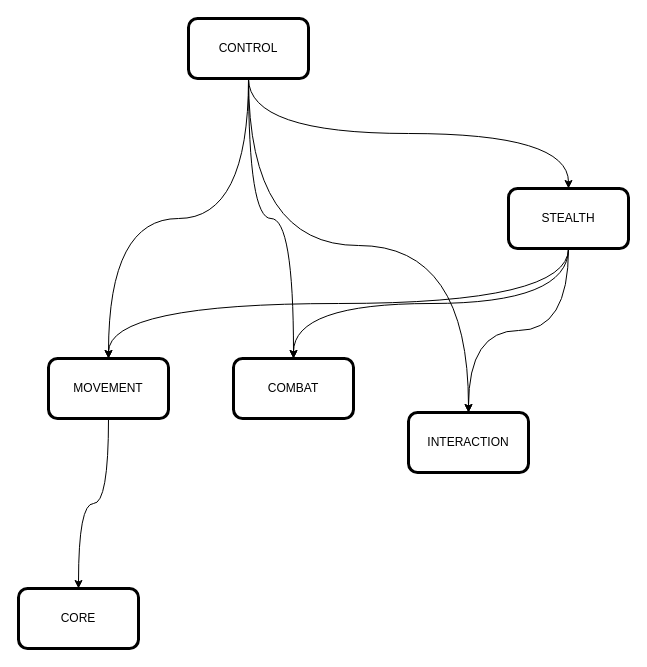
This is _Docs/Architecture.drawio from rafaelmmedeiros/Mount-Mortem-Mystery, a draw.io file, before an edit. Source tidied: cells renumbered, new cells numbered last; positions are measured from the earlier drawing's top-left corner, leaving out a move shared by most shapes. Both pictures are drawn from the tidied source at 100%, with x=0, y=0 at pixel (18, 18).
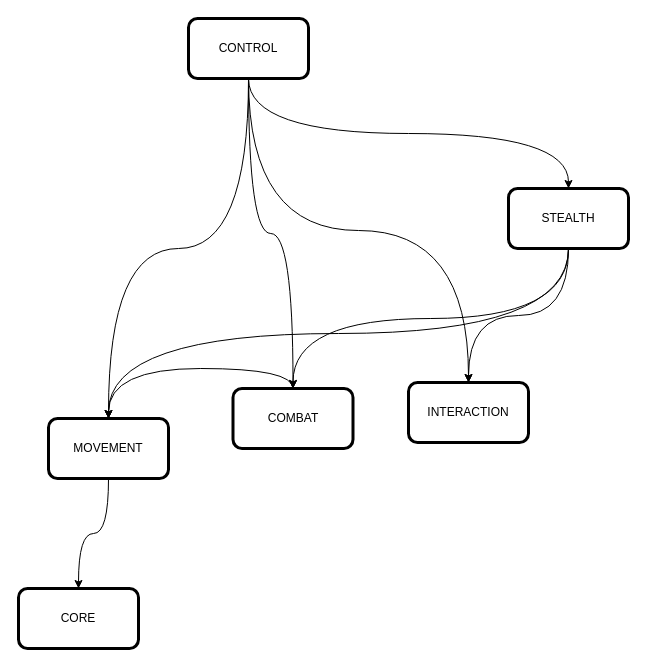
After the change.

The edit, as a diff of the source:
```diff
@@
 <mxGraphModel>
   <root>
     <mxCell id="0" />
     <mxCell id="1" parent="0" />
     <mxCell id="2" value="CORE" style="rounded=1;whiteSpace=wrap;html=1;strokeWidth=3;" parent="1" vertex="1">
       <mxGeometry y="570" width="120" height="60" as="geometry" />
     </mxCell>
     <mxCell id="3" style="edgeStyle=orthogonalEdgeStyle;rounded=0;jettySize=auto;html=1;exitX=0.5;exitY=1;exitDx=0;exitDy=0;entryX=0.5;entryY=0;entryDx=0;entryDy=0;strokeWidth=1;elbow=vertical;curved=1;" parent="1" edge="1" source="7" target="9">
       <mxGeometry relative="1" as="geometry" />
     </mxCell>
     <mxCell id="4" style="edgeStyle=orthogonalEdgeStyle;curved=1;rounded=1;sketch=0;jettySize=auto;html=1;exitX=0.5;exitY=1;exitDx=0;exitDy=0;" parent="1" edge="1" source="7" target="10">
       <mxGeometry relative="1" as="geometry" />
     </mxCell>
     <mxCell id="5" style="edgeStyle=orthogonalEdgeStyle;curved=1;rounded=1;sketch=0;jettySize=auto;html=1;exitX=0.5;exitY=1;exitDx=0;exitDy=0;" parent="1" edge="1" source="7" target="11">
       <mxGeometry relative="1" as="geometry" />
     </mxCell>
     <mxCell id="6" style="edgeStyle=orthogonalEdgeStyle;curved=1;rounded=1;sketch=0;jettySize=auto;html=1;exitX=0.5;exitY=1;exitDx=0;exitDy=0;entryX=0.5;entryY=0;entryDx=0;entryDy=0;strokeWidth=1;" parent="1" edge="1" source="7" target="15">
       <mxGeometry relative="1" as="geometry" />
     </mxCell>
     <mxCell id="7" value="CONTROL" style="rounded=1;whiteSpace=wrap;html=1;strokeWidth=3;" parent="1" vertex="1">
       <mxGeometry x="170" width="120" height="60" as="geometry" />
     </mxCell>
     <mxCell id="8" style="edgeStyle=orthogonalEdgeStyle;rounded=0;jettySize=auto;html=1;exitX=0.5;exitY=1;exitDx=0;exitDy=0;entryX=0.5;entryY=0;entryDx=0;entryDy=0;strokeWidth=1;curved=1;" parent="1" edge="1" source="9" target="2">
       <mxGeometry relative="1" as="geometry" />
     </mxCell>
     <mxCell id="9" value="MOVEMENT" style="rounded=1;whiteSpace=wrap;html=1;strokeWidth=3;" parent="1" vertex="1">
-      <mxGeometry x="30" y="340" width="120" height="60" as="geometry" />
+      <mxGeometry x="30" y="400" width="120" height="60" as="geometry" />
     </mxCell>
+    <mxCell id="16" style="edgeStyle=orthogonalEdgeStyle;curved=1;rounded=1;sketch=0;jettySize=auto;html=1;exitX=0.5;exitY=0;exitDx=0;exitDy=0;entryX=0.5;entryY=0;entryDx=0;entryDy=0;" parent="1" edge="1" source="10" target="9">
+      <mxGeometry relative="1" as="geometry" />
+    </mxCell>
     <mxCell id="10" value="COMBAT" style="rounded=1;whiteSpace=wrap;html=1;strokeWidth=3;" parent="1" vertex="1">
-      <mxGeometry x="215" y="340" width="120" height="60" as="geometry" />
+      <mxGeometry x="214.5" y="370" width="120" height="60" as="geometry" />
     </mxCell>
     <mxCell id="11" value="INTERACTION" style="rounded=1;whiteSpace=wrap;html=1;strokeWidth=3;" parent="1" vertex="1">
-      <mxGeometry x="390" y="394" width="120" height="60" as="geometry" />
+      <mxGeometry x="390" y="364" width="120" height="60" as="geometry" />
     </mxCell>
     <mxCell id="12" style="edgeStyle=orthogonalEdgeStyle;curved=1;rounded=1;sketch=0;jettySize=auto;html=1;exitX=0.5;exitY=1;exitDx=0;exitDy=0;entryX=0.5;entryY=0;entryDx=0;entryDy=0;strokeWidth=1;" parent="1" edge="1" source="15" target="10">
       <mxGeometry relative="1" as="geometry" />
     </mxCell>
     <mxCell id="13" style="edgeStyle=orthogonalEdgeStyle;curved=1;rounded=1;sketch=0;jettySize=auto;html=1;exitX=0.5;exitY=1;exitDx=0;exitDy=0;entryX=0.5;entryY=0;entryDx=0;entryDy=0;strokeWidth=1;" parent="1" edge="1" source="15" target="9">
       <mxGeometry relative="1" as="geometry" />
     </mxCell>
     <mxCell id="14" style="edgeStyle=orthogonalEdgeStyle;curved=1;rounded=1;sketch=0;jettySize=auto;html=1;exitX=0.5;exitY=1;exitDx=0;exitDy=0;entryX=0.5;entryY=0;entryDx=0;entryDy=0;" parent="1" edge="1" source="15" target="11">
       <mxGeometry relative="1" as="geometry" />
     </mxCell>
     <mxCell id="15" value="STEALTH" style="rounded=1;whiteSpace=wrap;html=1;strokeWidth=3;" parent="1" vertex="1">
       <mxGeometry x="490" y="170" width="120" height="60" as="geometry" />
     </mxCell>
   </root>
 </mxGraphModel>
```
